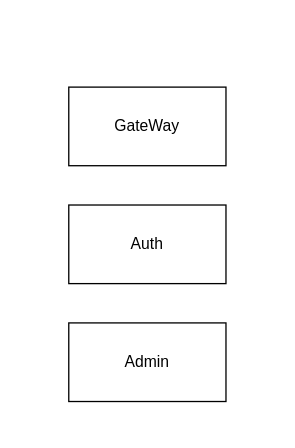
Earlier version of the draw.io diagram Untitled Diagram.drawio (CoooderSan/blog). Source tidied: cells renumbered, new cells numbered last; positions are measured from the earlier drawing's top-left corner, leaving out a move shared by most shapes. Both pictures are drawn from the tidied source at 131%, with x=0, y=0 at pixel (68, 86).
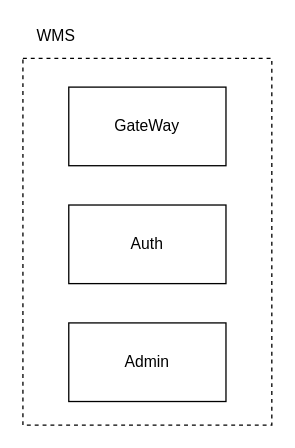
The same page after the edit.

What changed in the source:
```diff
@@
 <mxGraphModel>
   <root>
     <mxCell id="0" />
     <mxCell id="1" parent="0" />
     <mxCell id="2" value="Auth" style="rounded=0;whiteSpace=wrap;html=1;" parent="1" vertex="1">
       <mxGeometry y="90" width="120" height="60" as="geometry" />
     </mxCell>
     <mxCell id="3" value="GateWay" style="rounded=0;whiteSpace=wrap;html=1;" parent="1" vertex="1">
       <mxGeometry width="120" height="60" as="geometry" />
     </mxCell>
     <mxCell id="4" value="Admin" style="rounded=0;whiteSpace=wrap;html=1;" parent="1" vertex="1">
       <mxGeometry y="180" width="120" height="60" as="geometry" />
     </mxCell>
+    <mxCell id="5" style="rounded=0;whiteSpace=wrap;html=1;fillColor=none;dashed=1;" parent="1" vertex="1">
+      <mxGeometry x="-35" y="-22" width="190" height="280" as="geometry" />
+    </mxCell>
+    <mxCell id="6" value="WMS" style="text;html=1;align=center;verticalAlign=middle;strokeColor=none;" parent="1" vertex="1">
+      <mxGeometry x="-30" y="-49" width="40" height="20" as="geometry" />
+    </mxCell>
   </root>
 </mxGraphModel>
```
